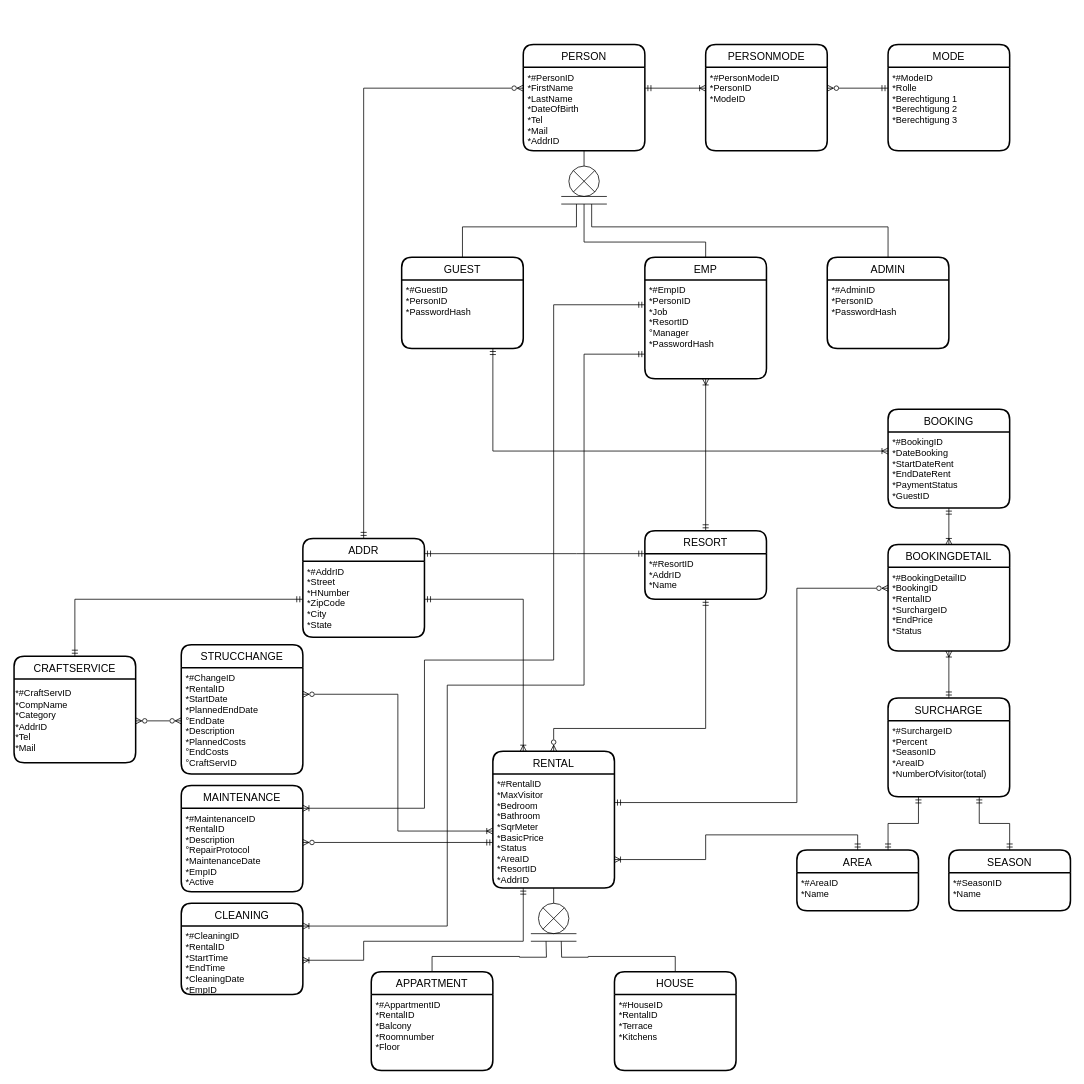
Above: ProjektdateienDatenbank/ER-Modell/Sunshine Parks ERM v7.drawio in hatta137/sunshineparks (draw.io), before the change. Source tidied: cells renumbered, new cells numbered last; positions are measured from the earlier drawing's top-left corner, leaving out a move shared by most shapes. Both pictures are drawn from the tidied source at 76%, with x=0, y=0 at pixel (14, 44).
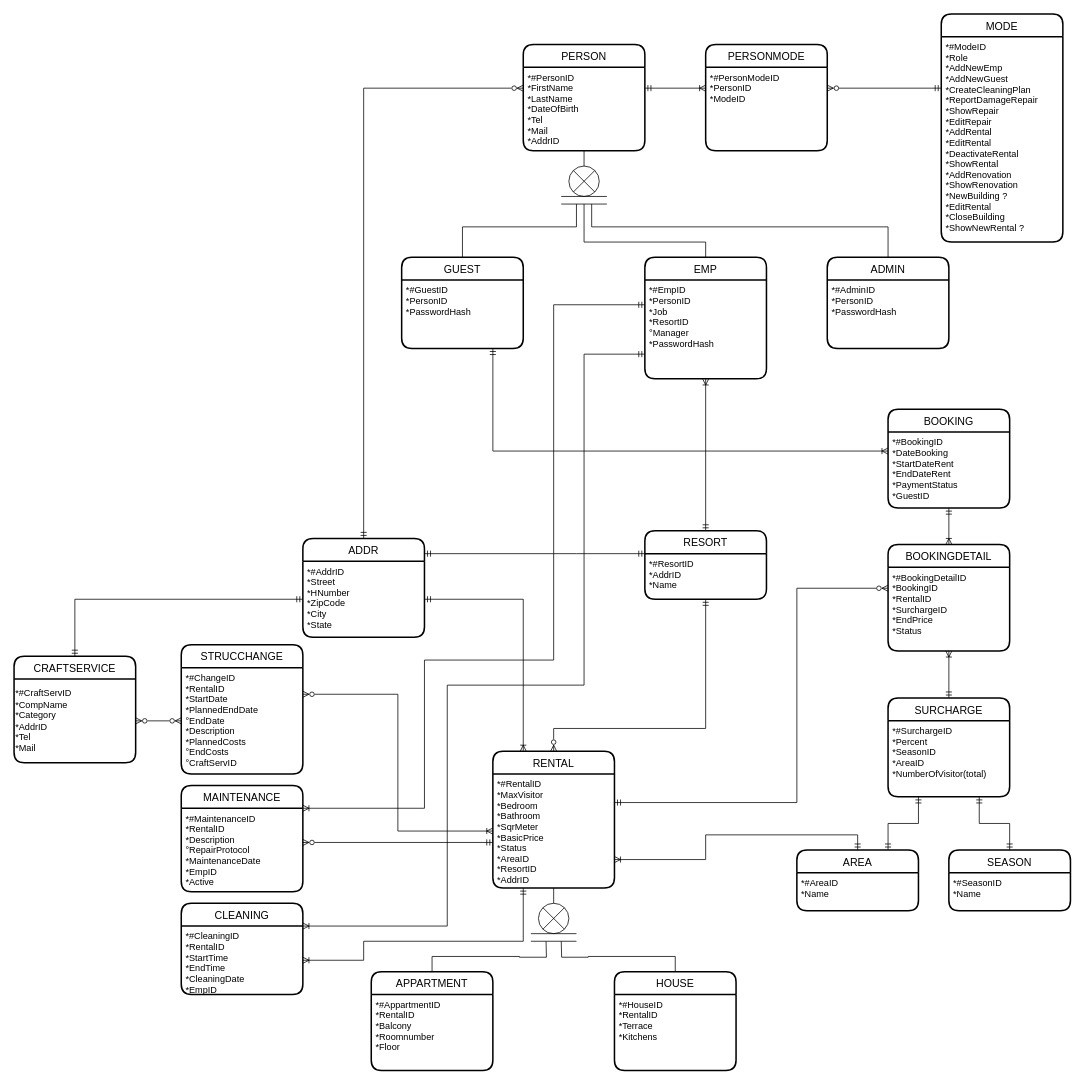
The same diagram, later.

Change to the diagram source:
```diff
@@
     <mxCell id="77" value="MODE" style="swimlane;horizontal=1;startSize=30;rounded=1;fontSize=14;fontStyle=0;strokeWidth=2;shadow=0;dashed=0;align=center;" parent="1" vertex="1">
-      <mxGeometry x="1150" width="160" height="140" as="geometry" />
+      <mxGeometry x="1220" y="-40" width="160" height="300" as="geometry" />
     </mxCell>
-    <mxCell id="78" value="*#ModeID&#10;*Rolle&#10;*Berechtigung 1&#10;*Berechtigung 2&#10;*Berechtigung 3&#10;" style="align=left;strokeColor=none;fillColor=none;spacingLeft=4;fontSize=12;verticalAlign=top;" parent="77" vertex="1">
-      <mxGeometry y="30" width="160" height="110" as="geometry" />
+    <mxCell id="78" value="*#ModeID&#10;*Role&#10;*AddNewEmp&#10;*AddNewGuest&#10;*CreateCleaningPlan&#10;*ReportDamageRepair&#10;*ShowRepair&#10;*EditRepair&#10;*AddRental&#10;*EditRental&#10;*DeactivateRental&#10;*ShowRental&#10;*AddRenovation&#10;*ShowRenovation&#10;*NewBuilding ?&#10;*EditRental&#10;*CloseBuilding&#10;*ShowNewRental ?&#10;" style="align=left;strokeColor=none;fillColor=none;spacingLeft=4;fontSize=12;verticalAlign=top;" parent="77" vertex="1">
+      <mxGeometry y="30" width="160" height="270" as="geometry" />
     </mxCell>
```
